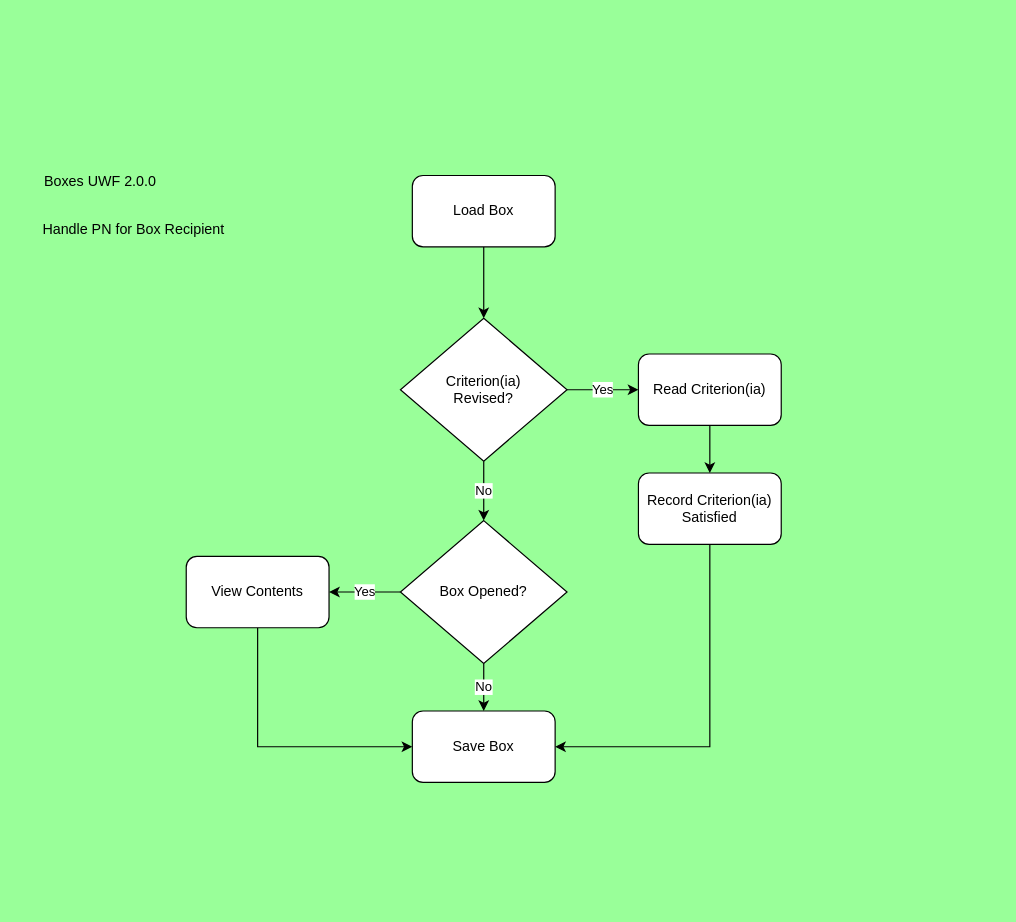
sjlearmonth/boxes keeps this draw.io diagram as page "Page-3" (3 of 6) of Design/Boxes UWF 2.0.0.drawio. Above is the earlier version. Source tidied: cells renumbered, new cells numbered last; positions are measured from the earlier drawing's top-left corner, leaving out a move shared by most shapes. Both pictures are drawn from the tidied source at 119%, with x=0, y=0 at pixel (20, 163).
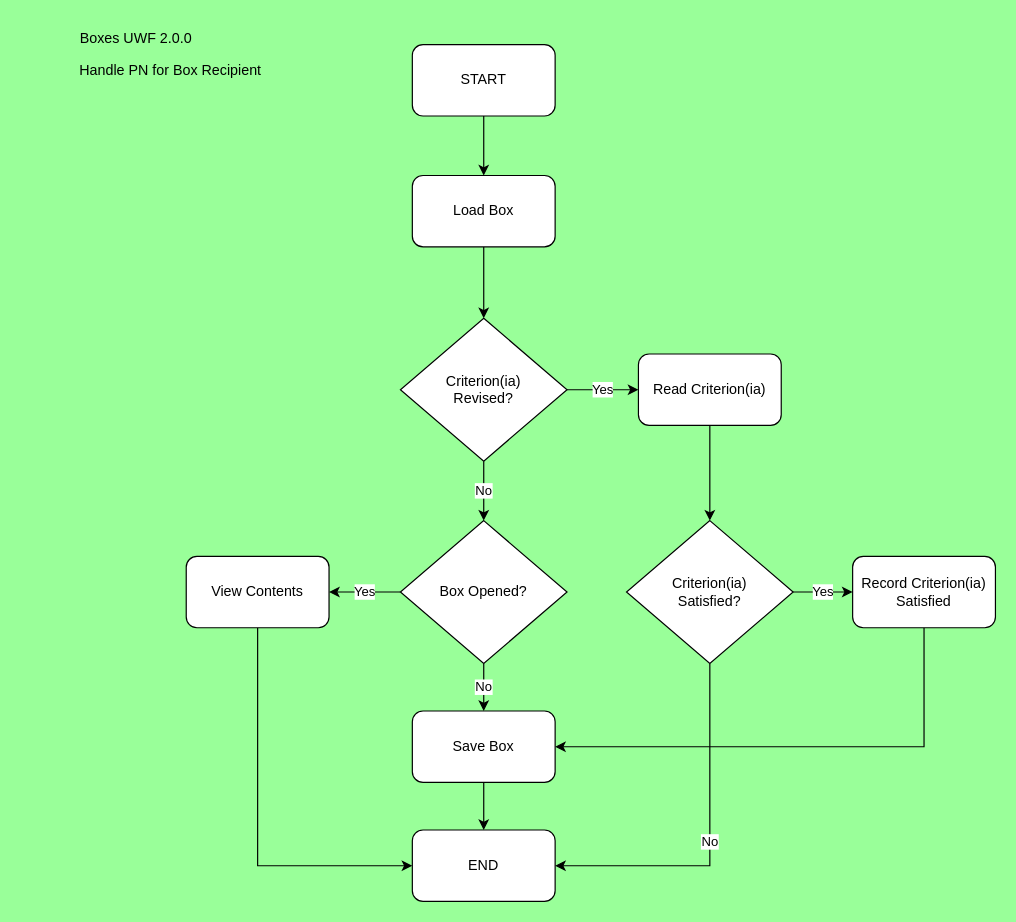
After the change.

The change refers to these unchanged cells:
```xml
<mxCell id="4" value="Load Box" style="rounded=1;whiteSpace=wrap;html=1;" parent="1" vertex="1">
  <mxGeometry x="329" y="10" width="120" height="60" as="geometry" />
</mxCell>
<mxCell id="13" value="Read Criterion(ia)" style="rounded=1;whiteSpace=wrap;html=1;" parent="1" vertex="1">
  <mxGeometry x="519" y="160" width="120" height="60" as="geometry" />
</mxCell>
<mxCell id="16" value="Save Box" style="rounded=1;whiteSpace=wrap;html=1;" parent="1" vertex="1">
  <mxGeometry x="329" y="460" width="120" height="60" as="geometry" />
</mxCell>
<mxCell id="18" value="View Contents" style="rounded=1;whiteSpace=wrap;html=1;" parent="1" vertex="1">
  <mxGeometry x="139" y="330" width="120" height="60" as="geometry" />
</mxCell>
```

What changed in the source:
```diff
@@
     <mxCell id="2" value="Handle PN for Box Recipient" style="text;html=1;strokeColor=none;fillColor=none;align=center;verticalAlign=middle;whiteSpace=wrap;rounded=0;" parent="1" vertex="1">
-      <mxGeometry y="41" width="190" height="30" as="geometry" />
+      <mxGeometry x="31" y="-93" width="190" height="30" as="geometry" />
     </mxCell>
@@
-    <mxCell id="12" style="edgeStyle=orthogonalEdgeStyle;rounded=0;jettySize=auto;html=1;entryX=0.5;entryY=0;entryDx=0;entryDy=0;" parent="1" edge="1" source="13" target="15">
-      <mxGeometry relative="1" as="geometry" />
-    </mxCell>
+    <mxCell id="20" style="edgeStyle=orthogonalEdgeStyle;rounded=0;jettySize=auto;html=1;entryX=0.5;entryY=0;entryDx=0;entryDy=0;" parent="1" edge="1" source="13" target="29">
+      <mxGeometry relative="1" as="geometry" />
+    </mxCell>
@@
     <mxCell id="14" style="edgeStyle=orthogonalEdgeStyle;rounded=0;jettySize=auto;html=1;entryX=1;entryY=0.5;entryDx=0;entryDy=0;" parent="1" edge="1" source="15" target="16">
       <mxGeometry relative="1" as="geometry">
         <Array as="points">
-          <mxPoint x="579" y="490" />
+          <mxPoint x="759" y="490" />
         </Array>
       </mxGeometry>
     </mxCell>
     <mxCell id="15" value="Record Criterion(ia)&lt;br&gt;Satisfied" style="rounded=1;whiteSpace=wrap;html=1;" parent="1" vertex="1">
-      <mxGeometry x="519" y="260" width="120" height="60" as="geometry" />
+      <mxGeometry x="699" y="330" width="120" height="60" as="geometry" />
     </mxCell>
+    <mxCell id="21" style="edgeStyle=orthogonalEdgeStyle;rounded=0;jettySize=auto;html=1;entryX=0.5;entryY=0;entryDx=0;entryDy=0;" parent="1" edge="1" source="16" target="25">
+      <mxGeometry relative="1" as="geometry" />
+    </mxCell>
@@
-    <mxCell id="17" style="edgeStyle=orthogonalEdgeStyle;rounded=0;jettySize=auto;html=1;entryX=0;entryY=0.5;entryDx=0;entryDy=0;" parent="1" edge="1" source="18" target="16">
-      <mxGeometry relative="1" as="geometry">
-        <Array as="points">
-          <mxPoint x="199" y="490" />
-        </Array>
-      </mxGeometry>
-    </mxCell>
+    <mxCell id="22" style="edgeStyle=orthogonalEdgeStyle;rounded=0;jettySize=auto;html=1;entryX=0;entryY=0.5;entryDx=0;entryDy=0;" parent="1" edge="1" source="18" target="25">
+      <mxGeometry relative="1" as="geometry">
+        <Array as="points">
+          <mxPoint x="199" y="590" />
+        </Array>
+      </mxGeometry>
+    </mxCell>
@@
     <mxCell id="19" value="Boxes UWF 2.0.0" style="text;html=1;strokeColor=none;fillColor=none;align=center;verticalAlign=middle;whiteSpace=wrap;rounded=0;" parent="1" vertex="1">
-      <mxGeometry x="17" width="100" height="30" as="geometry" />
+      <mxGeometry x="47" y="-120" width="100" height="30" as="geometry" />
     </mxCell>
+    <mxCell id="23" style="edgeStyle=orthogonalEdgeStyle;rounded=0;jettySize=auto;html=1;entryX=0.5;entryY=0;entryDx=0;entryDy=0;" parent="1" edge="1" source="24" target="4">
+      <mxGeometry relative="1" as="geometry" />
+    </mxCell>
+    <mxCell id="24" value="START" style="rounded=1;whiteSpace=wrap;html=1;" parent="1" vertex="1">
+      <mxGeometry x="329" y="-100" width="120" height="60" as="geometry" />
+    </mxCell>
+    <mxCell id="25" value="END" style="rounded=1;whiteSpace=wrap;html=1;" parent="1" vertex="1">
+      <mxGeometry x="329" y="560" width="120" height="60" as="geometry" />
+    </mxCell>
+    <mxCell id="26" style="edgeStyle=orthogonalEdgeStyle;rounded=0;jettySize=auto;html=1;entryX=0;entryY=0.5;entryDx=0;entryDy=0;" parent="1" edge="1" source="29" target="15">
+      <mxGeometry relative="1" as="geometry" />
+    </mxCell>
+    <mxCell id="27" value="Yes" style="edgeLabel;html=1;align=center;verticalAlign=middle;" parent="26" vertex="1">
+      <mxGeometry x="-0.04" y="1" relative="1" as="geometry" />
+    </mxCell>
+    <mxCell id="28" value="No" style="edgeStyle=orthogonalEdgeStyle;rounded=0;jettySize=auto;html=1;entryX=1;entryY=0.5;entryDx=0;entryDy=0;" parent="1" edge="1" source="29" target="25">
+      <mxGeometry relative="1" as="geometry">
+        <Array as="points">
+          <mxPoint x="579" y="590" />
+        </Array>
+      </mxGeometry>
+    </mxCell>
+    <mxCell id="29" value="Criterion(ia)&lt;br&gt;Satisfied?" style="rhombus;whiteSpace=wrap;html=1;" parent="1" vertex="1">
+      <mxGeometry x="509" y="300" width="140" height="120" as="geometry" />
+    </mxCell>
```
